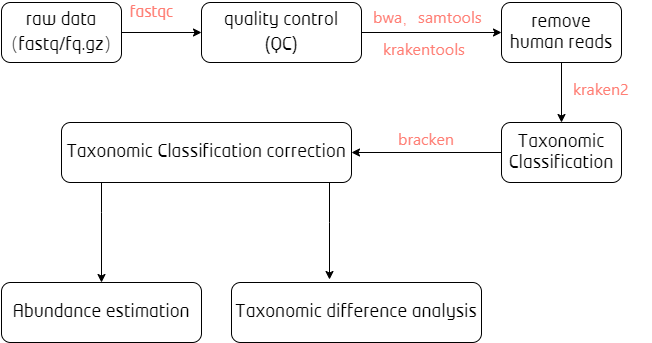
wook2014/linux-bioinformatics keeps this draw.io diagram as Linux/shell_scripts_book/Untitled Diagram.png. Above is the earlier version. Source tidied: cells renumbered, new cells last; positions are measured from the earlier drawing's top-left corner, leaving out a move shared by most shapes.
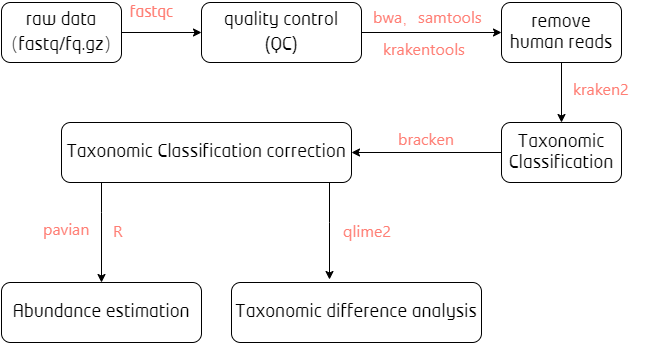
Above is the later version.

Diff of the diagram source:
```diff
@@ -66,5 +66,14 @@
     <mxCell id="19" value="&lt;span style=&quot;color: rgb(255, 126, 117); font-family: &amp;quot;segoe ui&amp;quot;; font-size: 16px; font-style: normal; font-weight: 400; letter-spacing: normal; text-align: left; text-indent: 0px; text-transform: none; word-spacing: 0px; background-color: rgb(255, 255, 255); display: inline; float: none;&quot;&gt;bracken&lt;/span&gt;" style="text;whiteSpace=wrap;html=1;" parent="1" vertex="1">
       <mxGeometry x="395" y="122" width="80" height="30" as="geometry" />
     </mxCell>
+    <mxCell id="20" value="&lt;span style=&quot;color: rgb(255, 126, 117); font-family: &amp;quot;segoe ui&amp;quot;; font-size: 16px; font-style: normal; font-weight: 400; letter-spacing: normal; text-align: left; text-indent: 0px; text-transform: none; word-spacing: 0px; background-color: rgb(255, 255, 255); display: inline; float: none;&quot;&gt;pavian&lt;/span&gt;" style="text;whiteSpace=wrap;html=1;" parent="1" vertex="1">
+      <mxGeometry x="40" y="212" width="70" height="30" as="geometry" />
+    </mxCell>
+    <mxCell id="21" value="&lt;span style=&quot;color: rgb(255, 126, 117); font-family: &amp;quot;segoe ui&amp;quot;; font-size: 16px; font-style: normal; font-weight: 400; letter-spacing: normal; text-align: left; text-indent: 0px; text-transform: none; word-spacing: 0px; background-color: rgb(255, 255, 255); display: inline; float: none;&quot;&gt;R&lt;/span&gt;" style="text;whiteSpace=wrap;html=1;" parent="1" vertex="1">
+      <mxGeometry x="110" y="214" width="40" height="30" as="geometry" />
+    </mxCell>
+    <mxCell id="22" value="&lt;span style=&quot;color: rgb(255, 126, 117); font-family: &amp;quot;segoe ui&amp;quot;; font-size: 16px; font-style: normal; font-weight: 400; letter-spacing: normal; text-align: left; text-indent: 0px; text-transform: none; word-spacing: 0px; background-color: rgb(255, 255, 255); display: inline; float: none;&quot;&gt;qlime2&lt;/span&gt;" style="text;whiteSpace=wrap;html=1;" parent="1" vertex="1">
+      <mxGeometry x="340" y="214" width="70" height="30" as="geometry" />
+    </mxCell>
   </root>
 </mxGraphModel>
```
